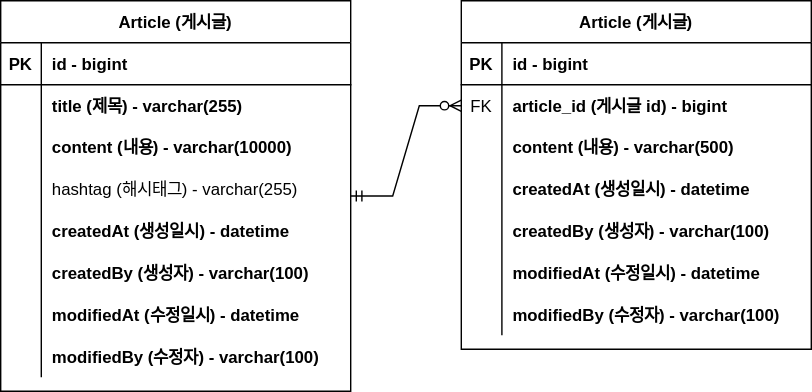
95twan/project-board keeps this draw.io diagram as document/board-erd.svg. Above is the earlier version. Source tidied: cells renumbered, new cells last; positions are measured from the earlier drawing's top-left corner, leaving out a move shared by most shapes.
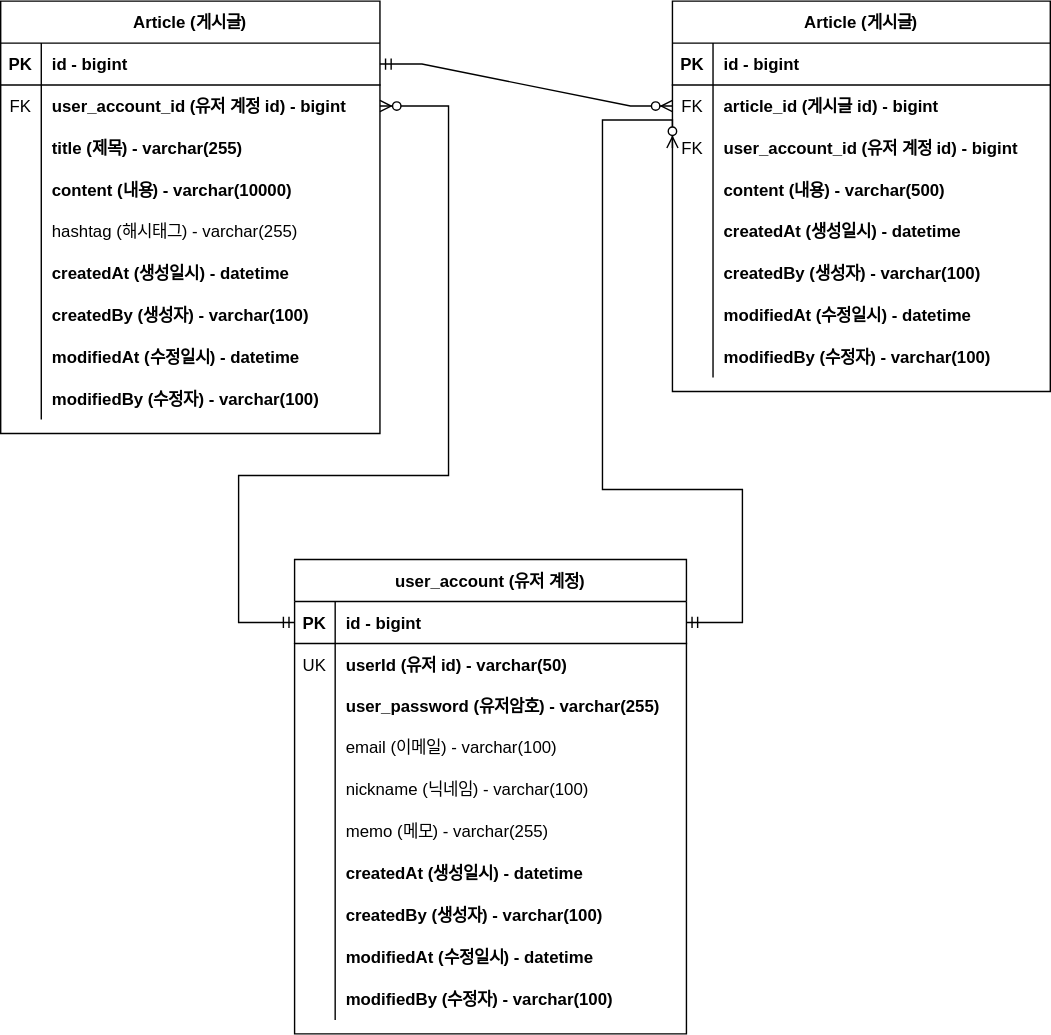
Above is the later version.

Commit message:
회원 계정 board-erd 추가

Change to the diagram source:
```diff
@@ -5,6 +5,6 @@
     <mxCell id="2" value="Article (게시글)" style="shape=table;startSize=30;rowLines=0;fontStyle=1;align=center;" parent="1" vertex="1">
-      <mxGeometry width="250" height="279" as="geometry" />
+      <mxGeometry x="-61" y="-30" width="271" height="309" as="geometry" />
     </mxCell>
     <mxCell id="3" style="shape=partialRectangle;fillColor=none;points=[[0,0.5],[1,0.5]];portConstraint=eastwest;top=0;left=0;right=0;bottom=1;" parent="2" vertex="1">
-      <mxGeometry y="30" width="250" height="30" as="geometry" />
+      <mxGeometry y="30" width="271" height="30" as="geometry" />
     </mxCell>
@@ -14,15 +14,24 @@
     <mxCell id="5" value="id - bigint" style="shape=partialRectangle;overflow=hidden;fillColor=none;top=0;left=0;bottom=0;right=0;align=left;spacingLeft=6;fontStyle=1;" parent="3" vertex="1">
-      <mxGeometry x="29" width="221" height="30" as="geometry" />
+      <mxGeometry x="29" width="242" height="30" as="geometry" />
     </mxCell>
     <mxCell id="6" style="shape=partialRectangle;fillColor=none;points=[[0,0.5],[1,0.5]];portConstraint=eastwest;top=0;left=0;right=0;bottom=0;" parent="2" vertex="1">
-      <mxGeometry y="60" width="250" height="30" as="geometry" />
+      <mxGeometry y="60" width="271" height="30" as="geometry" />
     </mxCell>
-    <mxCell id="7" style="shape=partialRectangle;overflow=hidden;fillColor=none;top=0;left=0;bottom=0;right=0;" parent="6" vertex="1">
+    <mxCell id="7" value="FK" style="shape=partialRectangle;overflow=hidden;fillColor=none;top=0;left=0;bottom=0;right=0;" parent="6" vertex="1">
       <mxGeometry width="29" height="30" as="geometry" />
     </mxCell>
-    <mxCell id="8" value="title (제목) - varchar(255)" style="shape=partialRectangle;overflow=hidden;fillColor=none;top=0;left=0;bottom=0;right=0;align=left;spacingLeft=6;fontStyle=1;" parent="6" vertex="1">
-      <mxGeometry x="29" width="221" height="30" as="geometry" />
+    <mxCell id="8" value="user_account_id (유저 계정 id) - bigint" style="shape=partialRectangle;overflow=hidden;fillColor=none;top=0;left=0;bottom=0;right=0;align=left;spacingLeft=6;fontStyle=1;" parent="6" vertex="1">
+      <mxGeometry x="29" width="242" height="30" as="geometry" />
     </mxCell>
+    <mxCell id="50" style="shape=partialRectangle;fillColor=none;top=0;left=0;right=0;bottom=0;" parent="2" vertex="1">
+      <mxGeometry y="90" width="271" height="30" as="geometry" />
+    </mxCell>
+    <mxCell id="51" style="shape=partialRectangle;overflow=hidden;fillColor=none;top=0;left=0;bottom=0;right=0;" parent="50" vertex="1">
+      <mxGeometry width="29" height="30" as="geometry" />
+    </mxCell>
+    <mxCell id="52" value="title (제목) - varchar(255)" style="shape=partialRectangle;overflow=hidden;fillColor=none;top=0;left=0;bottom=0;right=0;align=left;spacingLeft=6;fontStyle=1;" parent="50" vertex="1">
+      <mxGeometry x="29" width="242" height="30" as="geometry" />
+    </mxCell>
     <mxCell id="9" style="shape=partialRectangle;fillColor=none;top=0;left=0;right=0;bottom=0;" parent="2" vertex="1">
-      <mxGeometry y="90" width="250" height="29" as="geometry" />
+      <mxGeometry y="120" width="271" height="29" as="geometry" />
     </mxCell>
@@ -32,6 +41,6 @@
     <mxCell id="11" value="content (내용) - varchar(10000)" style="shape=partialRectangle;overflow=hidden;fillColor=none;top=0;left=0;bottom=0;right=0;align=left;spacingLeft=6;fontStyle=1;" parent="9" vertex="1">
-      <mxGeometry x="29" width="221" height="29" as="geometry" />
+      <mxGeometry x="29" width="242" height="29" as="geometry" />
     </mxCell>
     <mxCell id="12" style="shape=partialRectangle;fillColor=none;top=0;left=0;right=0;bottom=0;" parent="2" vertex="1">
-      <mxGeometry y="119" width="250" height="30" as="geometry" />
+      <mxGeometry y="149" width="271" height="30" as="geometry" />
     </mxCell>
@@ -41,6 +50,6 @@
     <mxCell id="14" value="hashtag (해시태그) - varchar(255)" style="shape=partialRectangle;overflow=hidden;fillColor=none;top=0;left=0;bottom=0;right=0;align=left;spacingLeft=6;" parent="12" vertex="1">
-      <mxGeometry x="29" width="221" height="30" as="geometry" />
+      <mxGeometry x="29" width="242" height="30" as="geometry" />
     </mxCell>
     <mxCell id="15" style="shape=partialRectangle;fillColor=none;top=0;left=0;right=0;bottom=0;" parent="2" vertex="1">
-      <mxGeometry y="149" width="250" height="30" as="geometry" />
+      <mxGeometry y="179" width="271" height="30" as="geometry" />
     </mxCell>
@@ -50,6 +59,6 @@
     <mxCell id="17" value="createdAt (생성일시) - datetime" style="shape=partialRectangle;overflow=hidden;fillColor=none;top=0;left=0;bottom=0;right=0;align=left;spacingLeft=6;fontStyle=1;" parent="15" vertex="1">
-      <mxGeometry x="29" width="221" height="30" as="geometry" />
+      <mxGeometry x="29" width="242" height="30" as="geometry" />
     </mxCell>
     <mxCell id="18" style="shape=partialRectangle;fillColor=none;top=0;left=0;right=0;bottom=0;" parent="2" vertex="1">
-      <mxGeometry y="179" width="250" height="30" as="geometry" />
+      <mxGeometry y="209" width="271" height="30" as="geometry" />
     </mxCell>
@@ -59,6 +68,6 @@
     <mxCell id="20" value="createdBy (생성자) - varchar(100)" style="shape=partialRectangle;overflow=hidden;fillColor=none;top=0;left=0;bottom=0;right=0;align=left;spacingLeft=6;fontStyle=1;" parent="18" vertex="1">
-      <mxGeometry x="29" width="221" height="30" as="geometry" />
+      <mxGeometry x="29" width="242" height="30" as="geometry" />
     </mxCell>
     <mxCell id="21" style="shape=partialRectangle;fillColor=none;top=0;left=0;right=0;bottom=0;" parent="2" vertex="1">
-      <mxGeometry y="209" width="250" height="30" as="geometry" />
+      <mxGeometry y="239" width="271" height="30" as="geometry" />
     </mxCell>
@@ -68,6 +77,6 @@
     <mxCell id="23" value="modifiedAt (수정일시) - datetime" style="shape=partialRectangle;overflow=hidden;fillColor=none;top=0;left=0;bottom=0;right=0;align=left;spacingLeft=6;fontStyle=1;" parent="21" vertex="1">
-      <mxGeometry x="29" width="221" height="30" as="geometry" />
+      <mxGeometry x="29" width="242" height="30" as="geometry" />
     </mxCell>
     <mxCell id="24" style="shape=partialRectangle;fillColor=none;top=0;left=0;right=0;bottom=0;" parent="2" vertex="1">
-      <mxGeometry y="239" width="250" height="30" as="geometry" />
+      <mxGeometry y="269" width="271" height="30" as="geometry" />
     </mxCell>
@@ -77,9 +86,9 @@
     <mxCell id="26" value="modifiedBy (수정자) - varchar(100)" style="shape=partialRectangle;overflow=hidden;fillColor=none;top=0;left=0;bottom=0;right=0;align=left;spacingLeft=6;fontStyle=1;" parent="24" vertex="1">
-      <mxGeometry x="29" width="221" height="30" as="geometry" />
+      <mxGeometry x="29" width="242" height="30" as="geometry" />
     </mxCell>
     <mxCell id="27" value="Article (게시글)" style="shape=table;startSize=30;rowLines=0;fontStyle=1;align=center;" parent="1" vertex="1">
-      <mxGeometry x="329" width="250" height="249" as="geometry" />
+      <mxGeometry x="419" y="-30" width="270" height="279" as="geometry" />
     </mxCell>
     <mxCell id="28" style="shape=partialRectangle;fillColor=none;top=0;left=0;right=0;bottom=1;" parent="27" vertex="1">
-      <mxGeometry y="30" width="250" height="30" as="geometry" />
+      <mxGeometry y="30" width="270" height="30" as="geometry" />
     </mxCell>
@@ -89,6 +98,6 @@
     <mxCell id="30" value="id - bigint" style="shape=partialRectangle;overflow=hidden;fillColor=none;top=0;left=0;bottom=0;right=0;align=left;spacingLeft=6;fontStyle=1;" parent="28" vertex="1">
-      <mxGeometry x="29" width="221" height="30" as="geometry" />
+      <mxGeometry x="29" width="241" height="30" as="geometry" />
     </mxCell>
     <mxCell id="31" style="shape=partialRectangle;fillColor=none;points=[[0,0.5],[1,0.5]];portConstraint=eastwest;top=0;left=0;right=0;bottom=0;" parent="27" vertex="1">
-      <mxGeometry y="60" width="250" height="30" as="geometry" />
+      <mxGeometry y="60" width="270" height="30" as="geometry" />
     </mxCell>
@@ -98,6 +107,15 @@
     <mxCell id="33" value="article_id (게시글 id) - bigint" style="shape=partialRectangle;overflow=hidden;fillColor=none;top=0;left=0;bottom=0;right=0;align=left;spacingLeft=6;fontStyle=1;" parent="31" vertex="1">
-      <mxGeometry x="29" width="221" height="30" as="geometry" />
+      <mxGeometry x="29" width="241" height="30" as="geometry" />
     </mxCell>
+    <mxCell id="53" style="shape=partialRectangle;fillColor=none;points=[[0,0.5],[1,0.5]];portConstraint=eastwest;top=0;left=0;right=0;bottom=0;" parent="27" vertex="1">
+      <mxGeometry y="90" width="270" height="30" as="geometry" />
+    </mxCell>
+    <mxCell id="54" value="FK" style="shape=partialRectangle;overflow=hidden;fillColor=none;top=0;left=0;bottom=0;right=0;" parent="53" vertex="1">
+      <mxGeometry width="29" height="30" as="geometry" />
+    </mxCell>
+    <mxCell id="55" value="user_account_id (유저 계정 id) - bigint" style="shape=partialRectangle;overflow=hidden;fillColor=none;top=0;left=0;bottom=0;right=0;align=left;spacingLeft=6;fontStyle=1;" parent="53" vertex="1">
+      <mxGeometry x="29" width="241" height="30" as="geometry" />
+    </mxCell>
     <mxCell id="34" style="shape=partialRectangle;fillColor=none;top=0;left=0;right=0;bottom=0;" parent="27" vertex="1">
-      <mxGeometry y="90" width="250" height="29" as="geometry" />
+      <mxGeometry y="120" width="270" height="29" as="geometry" />
     </mxCell>
@@ -107,6 +125,6 @@
     <mxCell id="36" value="content (내용) - varchar(500)" style="shape=partialRectangle;overflow=hidden;fillColor=none;top=0;left=0;bottom=0;right=0;align=left;spacingLeft=6;fontStyle=1;" parent="34" vertex="1">
-      <mxGeometry x="29" width="221" height="29" as="geometry" />
+      <mxGeometry x="29" width="241" height="29" as="geometry" />
     </mxCell>
     <mxCell id="37" style="shape=partialRectangle;fillColor=none;top=0;left=0;right=0;bottom=0;" parent="27" vertex="1">
-      <mxGeometry y="119" width="250" height="30" as="geometry" />
+      <mxGeometry y="149" width="270" height="30" as="geometry" />
     </mxCell>
@@ -116,6 +134,6 @@
     <mxCell id="39" value="createdAt (생성일시) - datetime" style="shape=partialRectangle;overflow=hidden;fillColor=none;top=0;left=0;bottom=0;right=0;align=left;spacingLeft=6;fontStyle=1;" parent="37" vertex="1">
-      <mxGeometry x="29" width="221" height="30" as="geometry" />
+      <mxGeometry x="29" width="241" height="30" as="geometry" />
     </mxCell>
     <mxCell id="40" style="shape=partialRectangle;fillColor=none;top=0;left=0;right=0;bottom=0;" parent="27" vertex="1">
-      <mxGeometry y="149" width="250" height="30" as="geometry" />
+      <mxGeometry y="179" width="270" height="30" as="geometry" />
     </mxCell>
@@ -125,6 +143,6 @@
     <mxCell id="42" value="createdBy (생성자) - varchar(100)" style="shape=partialRectangle;overflow=hidden;fillColor=none;top=0;left=0;bottom=0;right=0;align=left;spacingLeft=6;fontStyle=1;" parent="40" vertex="1">
-      <mxGeometry x="29" width="221" height="30" as="geometry" />
+      <mxGeometry x="29" width="241" height="30" as="geometry" />
     </mxCell>
     <mxCell id="43" style="shape=partialRectangle;fillColor=none;top=0;left=0;right=0;bottom=0;" parent="27" vertex="1">
-      <mxGeometry y="179" width="250" height="30" as="geometry" />
+      <mxGeometry y="209" width="270" height="30" as="geometry" />
     </mxCell>
@@ -134,6 +152,6 @@
     <mxCell id="45" value="modifiedAt (수정일시) - datetime" style="shape=partialRectangle;overflow=hidden;fillColor=none;top=0;left=0;bottom=0;right=0;align=left;spacingLeft=6;fontStyle=1;" parent="43" vertex="1">
-      <mxGeometry x="29" width="221" height="30" as="geometry" />
+      <mxGeometry x="29" width="241" height="30" as="geometry" />
     </mxCell>
     <mxCell id="46" style="shape=partialRectangle;fillColor=none;top=0;left=0;right=0;bottom=0;" parent="27" vertex="1">
-      <mxGeometry y="209" width="250" height="30" as="geometry" />
+      <mxGeometry y="239" width="270" height="30" as="geometry" />
     </mxCell>
@@ -143,7 +161,122 @@
     <mxCell id="48" value="modifiedBy (수정자) - varchar(100)" style="shape=partialRectangle;overflow=hidden;fillColor=none;top=0;left=0;bottom=0;right=0;align=left;spacingLeft=6;fontStyle=1;" parent="46" vertex="1">
-      <mxGeometry x="29" width="221" height="30" as="geometry" />
+      <mxGeometry x="29" width="241" height="30" as="geometry" />
     </mxCell>
-    <mxCell id="49" style="edgeStyle=entityRelationEdgeStyle;fontSize=12;html=1;endArrow=ERzeroToMany;startArrow=ERmandOne;rounded=0;" parent="1" edge="1" source="2" target="31">
+    <mxCell id="49" style="edgeStyle=entityRelationEdgeStyle;fontSize=12;html=1;endArrow=ERzeroToMany;startArrow=ERmandOne;rounded=0;exitX=1;exitY=0.5;exitDx=0;exitDy=0;" parent="1" edge="1" source="3" target="31">
       <mxGeometry relative="1" as="geometry" />
     </mxCell>
+    <mxCell id="56" value="user_account (유저 계정)" style="shape=table;startSize=30;rowLines=0;fontStyle=1;align=center;" parent="1" vertex="1">
+      <mxGeometry x="149" y="369" width="280" height="339" as="geometry" />
+    </mxCell>
+    <mxCell id="57" style="shape=partialRectangle;fillColor=none;points=[[0,0.5],[1,0.5]];portConstraint=eastwest;top=0;left=0;right=0;bottom=1;" parent="56" vertex="1">
+      <mxGeometry y="30" width="280" height="30" as="geometry" />
+    </mxCell>
+    <mxCell id="58" value="PK" style="shape=partialRectangle;overflow=hidden;fillColor=none;top=0;left=0;bottom=0;right=0;fontStyle=1;" parent="57" vertex="1">
+      <mxGeometry width="29" height="30" as="geometry" />
+    </mxCell>
+    <mxCell id="59" value="id - bigint" style="shape=partialRectangle;overflow=hidden;fillColor=none;top=0;left=0;bottom=0;right=0;align=left;spacingLeft=6;fontStyle=1;" parent="57" vertex="1">
+      <mxGeometry x="29" width="251" height="30" as="geometry" />
+    </mxCell>
+    <mxCell id="60" style="shape=partialRectangle;fillColor=none;top=0;left=0;right=0;bottom=0;" parent="56" vertex="1">
+      <mxGeometry y="60" width="280" height="30" as="geometry" />
+    </mxCell>
+    <mxCell id="61" value="UK" style="shape=partialRectangle;overflow=hidden;fillColor=none;top=0;left=0;bottom=0;right=0;" parent="60" vertex="1">
+      <mxGeometry width="29" height="30" as="geometry" />
+    </mxCell>
+    <mxCell id="62" value="userId (유저 id) - varchar(50)" style="shape=partialRectangle;overflow=hidden;fillColor=none;top=0;left=0;bottom=0;right=0;align=left;spacingLeft=6;fontStyle=1;" parent="60" vertex="1">
+      <mxGeometry x="29" width="251" height="30" as="geometry" />
+    </mxCell>
+    <mxCell id="63" style="shape=partialRectangle;fillColor=none;top=0;left=0;right=0;bottom=0;" parent="56" vertex="1">
+      <mxGeometry y="90" width="280" height="29" as="geometry" />
+    </mxCell>
+    <mxCell id="64" style="shape=partialRectangle;overflow=hidden;fillColor=none;top=0;left=0;bottom=0;right=0;" parent="63" vertex="1">
+      <mxGeometry width="29" height="29" as="geometry" />
+    </mxCell>
+    <mxCell id="65" value="user_password (유저암호) - varchar(255)" style="shape=partialRectangle;overflow=hidden;fillColor=none;top=0;left=0;bottom=0;right=0;align=left;spacingLeft=6;fontStyle=1;" parent="63" vertex="1">
+      <mxGeometry x="29" width="251" height="29" as="geometry" />
+    </mxCell>
+    <mxCell id="66" style="shape=partialRectangle;fillColor=none;top=0;left=0;right=0;bottom=0;" parent="56" vertex="1">
+      <mxGeometry y="119" width="280" height="30" as="geometry" />
+    </mxCell>
+    <mxCell id="67" style="shape=partialRectangle;overflow=hidden;fillColor=none;top=0;left=0;bottom=0;right=0;" parent="66" vertex="1">
+      <mxGeometry width="29" height="30" as="geometry" />
+    </mxCell>
+    <mxCell id="68" value="email (이메일) - varchar(100)" style="shape=partialRectangle;overflow=hidden;fillColor=none;top=0;left=0;bottom=0;right=0;align=left;spacingLeft=6;" parent="66" vertex="1">
+      <mxGeometry x="29" width="251" height="30" as="geometry" />
+    </mxCell>
+    <mxCell id="69" style="shape=partialRectangle;fillColor=none;top=0;left=0;right=0;bottom=0;" parent="56" vertex="1">
+      <mxGeometry y="149" width="280" height="30" as="geometry" />
+    </mxCell>
+    <mxCell id="70" style="shape=partialRectangle;overflow=hidden;fillColor=none;top=0;left=0;bottom=0;right=0;" parent="69" vertex="1">
+      <mxGeometry width="29" height="30" as="geometry" />
+    </mxCell>
+    <mxCell id="71" value="nickname (닉네임) - varchar(100)" style="shape=partialRectangle;overflow=hidden;fillColor=none;top=0;left=0;bottom=0;right=0;align=left;spacingLeft=6;" parent="69" vertex="1">
+      <mxGeometry x="29" width="251" height="30" as="geometry" />
+    </mxCell>
+    <mxCell id="72" style="shape=partialRectangle;fillColor=none;top=0;left=0;right=0;bottom=0;" parent="56" vertex="1">
+      <mxGeometry y="179" width="280" height="30" as="geometry" />
+    </mxCell>
+    <mxCell id="73" style="shape=partialRectangle;overflow=hidden;fillColor=none;top=0;left=0;bottom=0;right=0;" parent="72" vertex="1">
+      <mxGeometry width="29" height="30" as="geometry" />
+    </mxCell>
+    <mxCell id="74" value="memo (메모) - varchar(255)" style="shape=partialRectangle;overflow=hidden;fillColor=none;top=0;left=0;bottom=0;right=0;align=left;spacingLeft=6;" parent="72" vertex="1">
+      <mxGeometry x="29" width="251" height="30" as="geometry" />
+    </mxCell>
+    <mxCell id="75" style="shape=partialRectangle;fillColor=none;top=0;left=0;right=0;bottom=0;" parent="56" vertex="1">
+      <mxGeometry y="209" width="280" height="30" as="geometry" />
+    </mxCell>
+    <mxCell id="76" style="shape=partialRectangle;overflow=hidden;fillColor=none;top=0;left=0;bottom=0;right=0;" parent="75" vertex="1">
+      <mxGeometry width="29" height="30" as="geometry" />
+    </mxCell>
+    <mxCell id="77" value="createdAt (생성일시) - datetime" style="shape=partialRectangle;overflow=hidden;fillColor=none;top=0;left=0;bottom=0;right=0;align=left;spacingLeft=6;fontStyle=1;" parent="75" vertex="1">
+      <mxGeometry x="29" width="251" height="30" as="geometry" />
+    </mxCell>
+    <mxCell id="78" style="shape=partialRectangle;fillColor=none;top=0;left=0;right=0;bottom=0;" parent="56" vertex="1">
+      <mxGeometry y="239" width="280" height="30" as="geometry" />
+    </mxCell>
+    <mxCell id="79" style="shape=partialRectangle;overflow=hidden;fillColor=none;top=0;left=0;bottom=0;right=0;" parent="78" vertex="1">
+      <mxGeometry width="29" height="30" as="geometry" />
+    </mxCell>
+    <mxCell id="80" value="createdBy (생성자) - varchar(100)" style="shape=partialRectangle;overflow=hidden;fillColor=none;top=0;left=0;bottom=0;right=0;align=left;spacingLeft=6;fontStyle=1;" parent="78" vertex="1">
+      <mxGeometry x="29" width="251" height="30" as="geometry" />
+    </mxCell>
+    <mxCell id="81" style="shape=partialRectangle;fillColor=none;top=0;left=0;right=0;bottom=0;" parent="56" vertex="1">
+      <mxGeometry y="269" width="280" height="30" as="geometry" />
+    </mxCell>
+    <mxCell id="82" style="shape=partialRectangle;overflow=hidden;fillColor=none;top=0;left=0;bottom=0;right=0;" parent="81" vertex="1">
+      <mxGeometry width="29" height="30" as="geometry" />
+    </mxCell>
+    <mxCell id="83" value="modifiedAt (수정일시) - datetime" style="shape=partialRectangle;overflow=hidden;fillColor=none;top=0;left=0;bottom=0;right=0;align=left;spacingLeft=6;fontStyle=1;" parent="81" vertex="1">
+      <mxGeometry x="29" width="251" height="30" as="geometry" />
+    </mxCell>
+    <mxCell id="84" style="shape=partialRectangle;fillColor=none;top=0;left=0;right=0;bottom=0;" parent="56" vertex="1">
+      <mxGeometry y="299" width="280" height="30" as="geometry" />
+    </mxCell>
+    <mxCell id="85" style="shape=partialRectangle;overflow=hidden;fillColor=none;top=0;left=0;bottom=0;right=0;" parent="84" vertex="1">
+      <mxGeometry width="29" height="30" as="geometry" />
+    </mxCell>
+    <mxCell id="86" value="modifiedBy (수정자) - varchar(100)" style="shape=partialRectangle;overflow=hidden;fillColor=none;top=0;left=0;bottom=0;right=0;align=left;spacingLeft=6;fontStyle=1;" parent="84" vertex="1">
+      <mxGeometry x="29" width="251" height="30" as="geometry" />
+    </mxCell>
+    <mxCell id="87" style="edgeStyle=orthogonalEdgeStyle;fontSize=12;html=1;endArrow=ERzeroToMany;startArrow=ERmandOne;rounded=0;entryX=1;entryY=0.5;entryDx=0;entryDy=0;exitX=0;exitY=0.5;exitDx=0;exitDy=0;" parent="1" edge="1" source="57" target="6">
+      <mxGeometry relative="1" as="geometry">
+        <Array as="points">
+          <mxPoint x="109" y="414" />
+          <mxPoint x="109" y="309" />
+          <mxPoint x="259" y="309" />
+          <mxPoint x="259" y="45" />
+        </Array>
+      </mxGeometry>
+    </mxCell>
+    <mxCell id="88" style="edgeStyle=orthogonalEdgeStyle;fontSize=12;html=1;endArrow=ERzeroToMany;startArrow=ERmandOne;rounded=0;entryX=0;entryY=0.5;entryDx=0;entryDy=0;" parent="1" edge="1" target="53">
+      <mxGeometry relative="1" as="geometry">
+        <mxPoint x="429" y="414" as="sourcePoint" />
+        <Array as="points">
+          <mxPoint x="469" y="414" />
+          <mxPoint x="469" y="319" />
+          <mxPoint x="369" y="319" />
+          <mxPoint x="369" y="55" />
+          <mxPoint x="419" y="55" />
+        </Array>
+      </mxGeometry>
+    </mxCell>
   </root>
```
